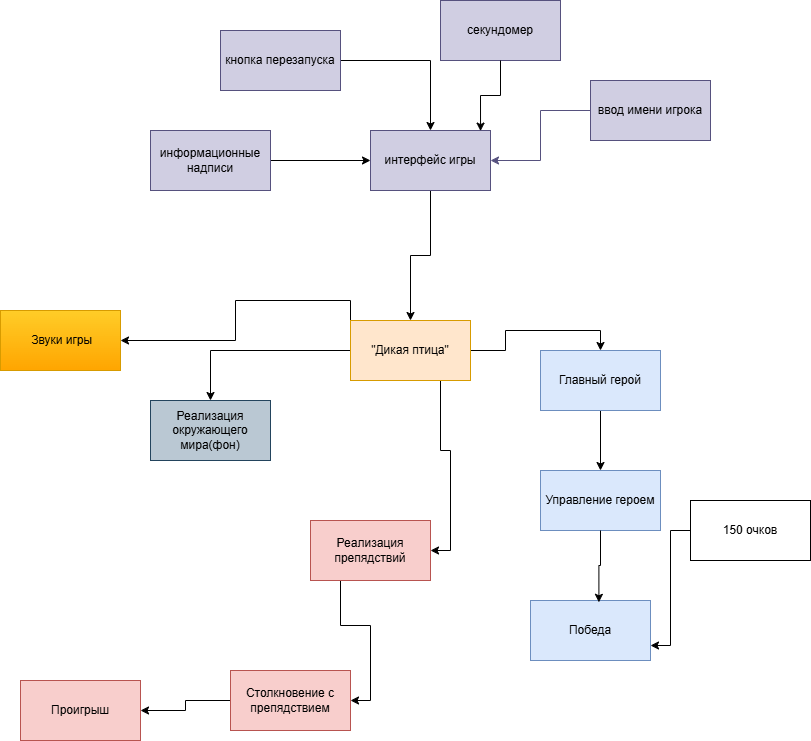
NeNeProgrammist/BirdGame keeps this draw.io diagram as Схема проэкта дикая птица.drawio (1).png. Above is the earlier version. Source tidied: cells renumbered, new cells last; positions are measured from the earlier drawing's top-left corner, leaving out a move shared by most shapes.
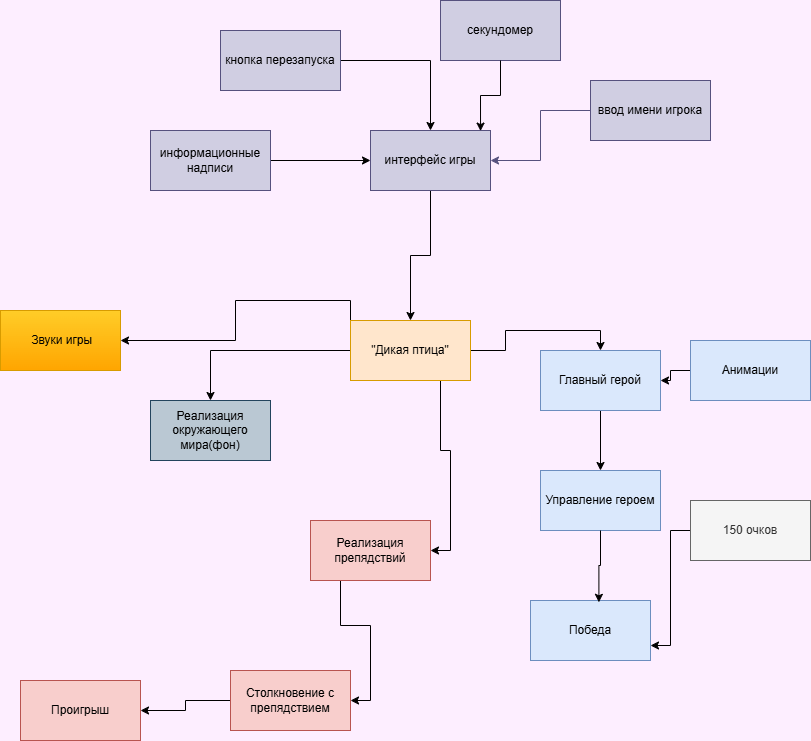
The same diagram one commit later.

The edit, as a diff of the source:
```diff
@@ -56,7 +56,7 @@
     <mxCell id="19" style="edgeStyle=orthogonalEdgeStyle;rounded=0;jettySize=auto;html=1;entryX=1;entryY=0.75;entryDx=0;entryDy=0;" parent="1" edge="1" source="20" target="11">
       <mxGeometry relative="1" as="geometry" />
     </mxCell>
-    <mxCell id="20" value="150 очков" style="rounded=0;whiteSpace=wrap;html=1;" parent="1" vertex="1">
+    <mxCell id="20" value="150 очков" style="rounded=0;whiteSpace=wrap;html=1;fillColor=#f5f5f5;fontColor=#333333;strokeColor=#666666;" parent="1" vertex="1">
       <mxGeometry x="690" y="500" width="120" height="60" as="geometry" />
     </mxCell>
     <mxCell id="21" style="edgeStyle=orthogonalEdgeStyle;rounded=0;jettySize=auto;html=1;entryX=0.5;entryY=0;entryDx=0;entryDy=0;" parent="1" edge="1" source="22" target="6">
@@ -89,5 +89,11 @@
     <mxCell id="30" style="edgeStyle=orthogonalEdgeStyle;rounded=0;jettySize=auto;html=1;entryX=0.917;entryY=0.01;entryDx=0;entryDy=0;entryPerimeter=0;" parent="1" edge="1" source="29" target="22">
       <mxGeometry relative="1" as="geometry" />
     </mxCell>
+    <mxCell id="31" style="edgeStyle=orthogonalEdgeStyle;rounded=0;jettySize=auto;html=1;entryX=1;entryY=0.5;entryDx=0;entryDy=0;" parent="1" edge="1" source="32" target="13">
+      <mxGeometry relative="1" as="geometry" />
+    </mxCell>
+    <mxCell id="32" value="Анимации" style="rounded=0;whiteSpace=wrap;html=1;fillColor=#dae8fc;strokeColor=#6c8ebf;" parent="1" vertex="1">
+      <mxGeometry x="690" y="340" width="120" height="60" as="geometry" />
+    </mxCell>
   </root>
 </mxGraphModel>
```
